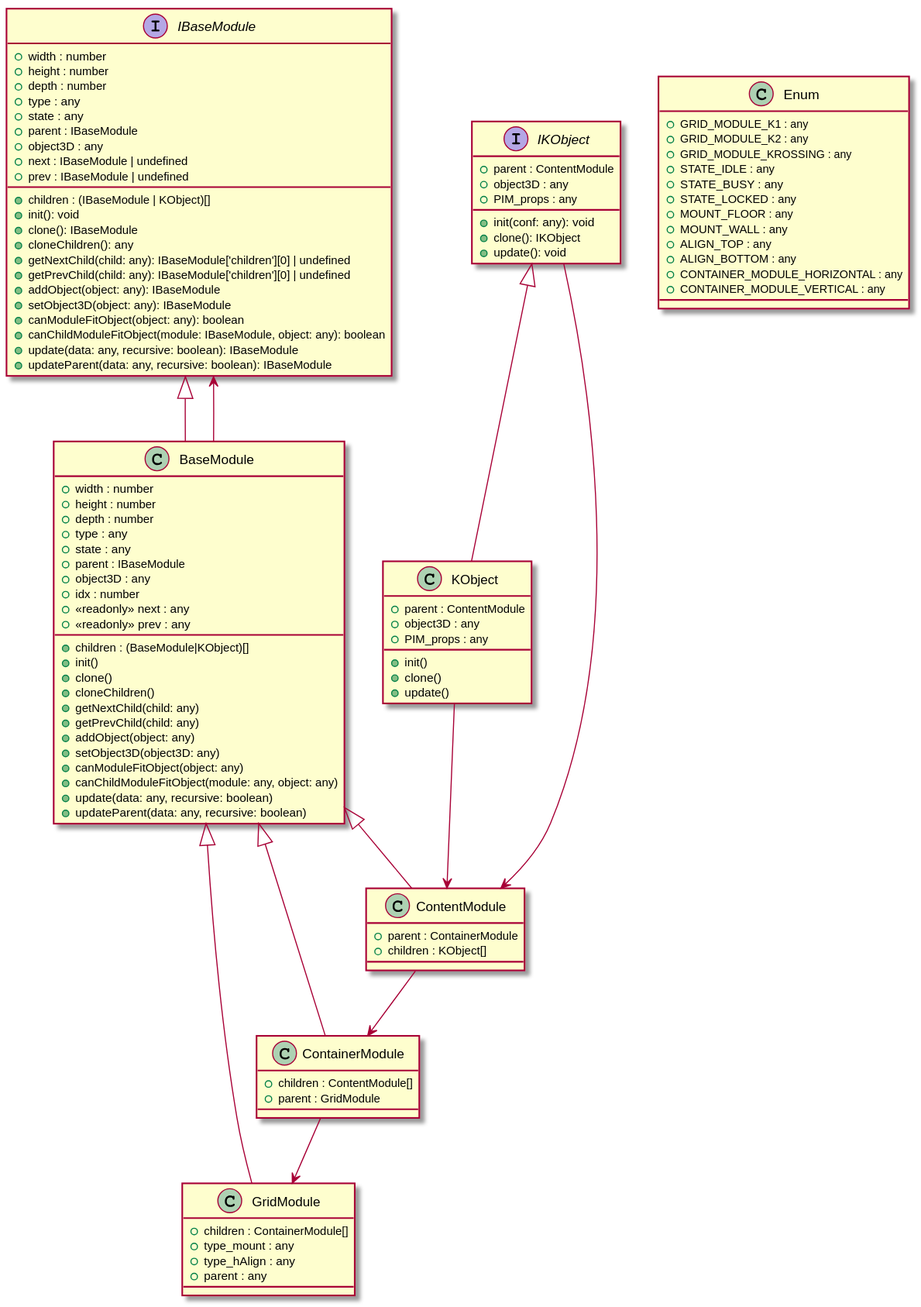
Earlier version of the PlantUML export uml/combined.svg (Neticon/webgl). Its diagram source:
```plantuml
@startuml
interface IBaseModule{
  +width : number
  +height : number
  +depth : number
  +type : any
  +state : any
  +parent : IBaseModule
  +children : (IBaseModule | KObject)[]
  +object3D : any
  +next : IBaseModule | undefined
  +prev : IBaseModule | undefined
  +init(): void
  +clone(): IBaseModule
  +cloneChildren(): any
  +getNextChild(child: any): IBaseModule['children'][0] | undefined
  +getPrevChild(child: any): IBaseModule['children'][0] | undefined
  +addObject(object: any): IBaseModule
  +setObject3D(object: any): IBaseModule
  +canModuleFitObject(object: any): boolean
  +canChildModuleFitObject(module: IBaseModule, object: any): boolean
  +update(data: any, recursive: boolean): IBaseModule
  +updateParent(data: any, recursive: boolean): IBaseModule
}

class BaseModule{
  +width : number
  +height : number
  +depth : number
  +type : any
  +state : any
  +parent : IBaseModule
  +object3D : any
  +children : (BaseModule|KObject)[]
  +idx : number
  + <<readonly>> next : any
  + <<readonly>> prev : any
  +init()
  +clone()
  +cloneChildren()
  +getNextChild(child: any)
  +getPrevChild(child: any)
  +addObject(object: any)
  +setObject3D(object3D: any)
  +canModuleFitObject(object: any)
  +canChildModuleFitObject(module: any, object: any)
  +update(data: any, recursive: boolean)
  +updateParent(data: any, recursive: boolean)
}

BaseModule --> IBaseModule
IBaseModule <|-- BaseModule
class ContainerModule{
  +children : ContentModule[]
  +parent : GridModule
}

class BaseModule{

}

ContainerModule --> GridModule
BaseModule <|-- ContainerModule
class ContentModule{
  +parent : ContainerModule
  +children : KObject[]
}

class BaseModule{

}

ContentModule --> ContainerModule
BaseModule <|-- ContentModule
class Enum{
  +GRID_MODULE_K1 : any
  +GRID_MODULE_K2 : any
  +GRID_MODULE_KROSSING : any
  +STATE_IDLE : any
  +STATE_BUSY : any
  +STATE_LOCKED : any
  +MOUNT_FLOOR : any
  +MOUNT_WALL : any
  +ALIGN_TOP : any
  +ALIGN_BOTTOM : any
  +CONTAINER_MODULE_HORIZONTAL : any
  +CONTAINER_MODULE_VERTICAL : any
}


class GridModule{
  +children : ContainerModule[]
  +type_mount : any
  +type_hAlign : any
  +parent : any
}

class BaseModule{

}

BaseModule <|-- GridModule
interface IKObject{
  +parent : ContentModule
  +object3D : any
  +PIM_props : any
  +init(conf: any): void
  +clone(): IKObject
  +update(): void
}

class KObject{
  +parent : ContentModule
  +object3D : any
  +PIM_props : any
  +init()
  +clone()
  +update()
}

IKObject --> ContentModule
KObject --> ContentModule
IKObject <|-- KObject


@enduml
```
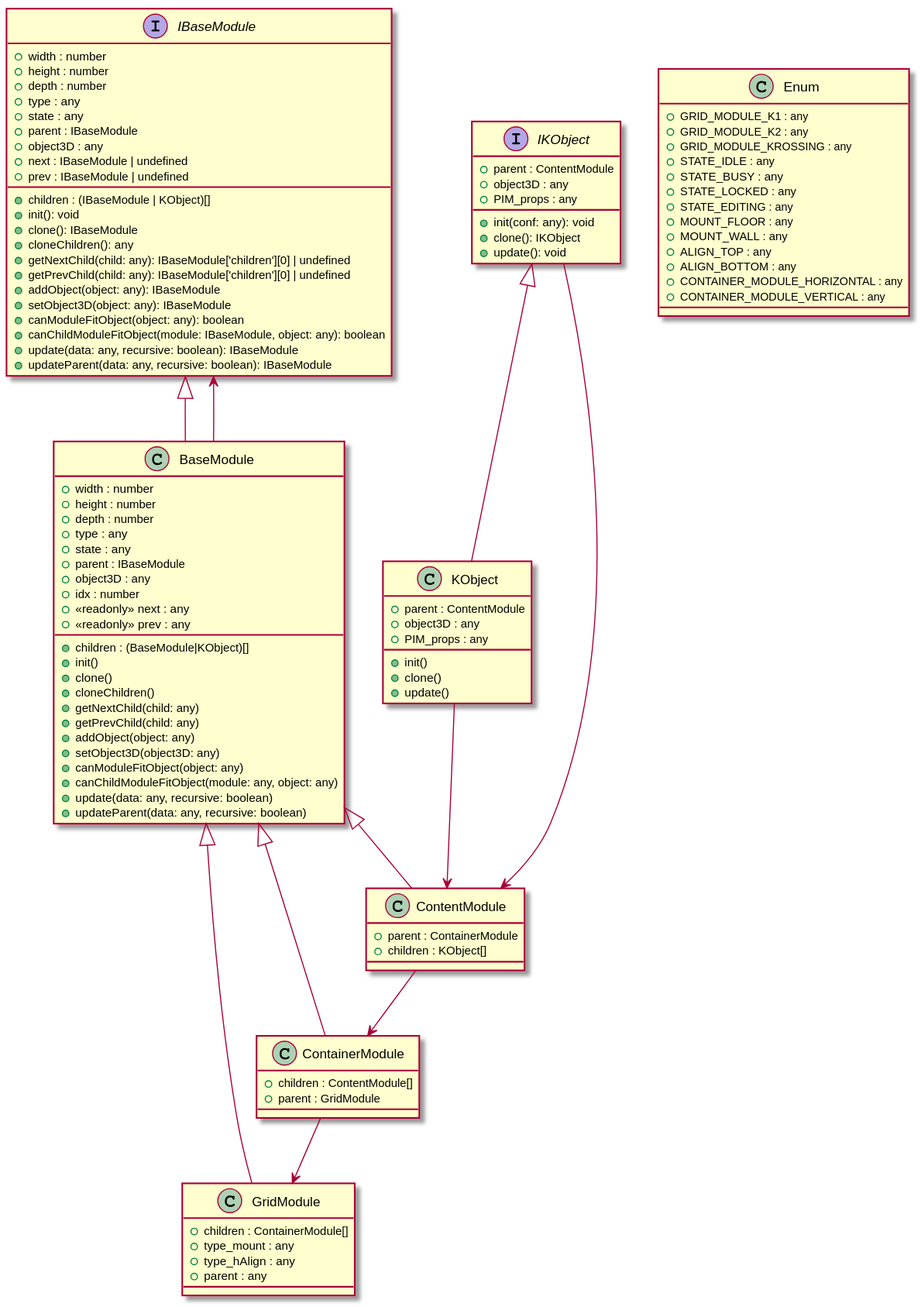
After the commit.

Change to the diagram source:
```diff
@@ -79,6 +79,7 @@
   +STATE_IDLE : any
   +STATE_BUSY : any
   +STATE_LOCKED : any
+  +STATE_EDITING : any
   +MOUNT_FLOOR : any
   +MOUNT_WALL : any
   +ALIGN_TOP : any
```
